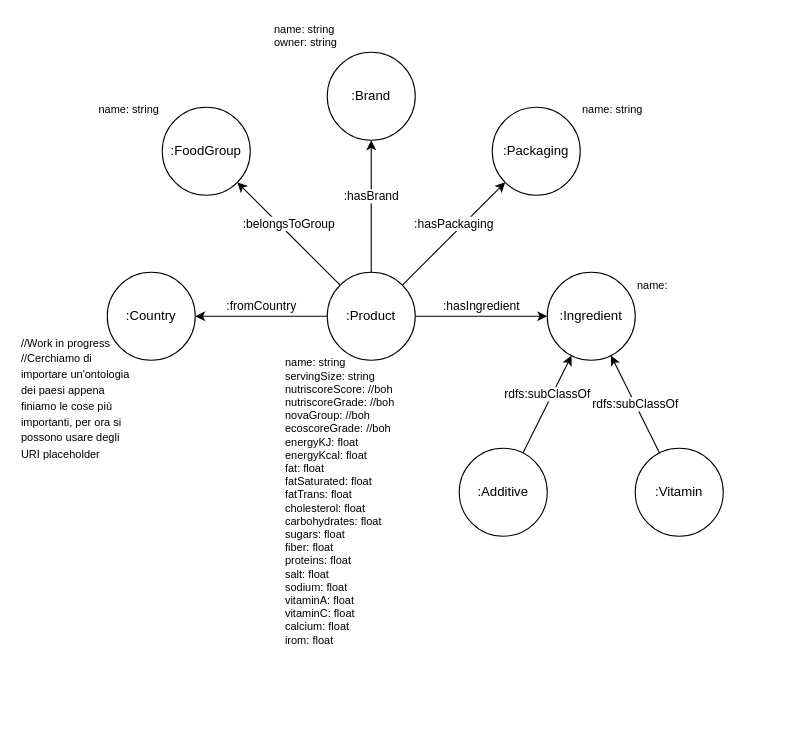
Earlier version of the draw.io diagram docs/GraphleOntology.drawio (GreedyJacques/graphle). Source tidied: cells renumbered, new cells numbered last; positions are measured from the earlier drawing's top-left corner, leaving out a move shared by most shapes. Both pictures are drawn from the tidied source at 110%, with x=0, y=0 at pixel (19, 19).
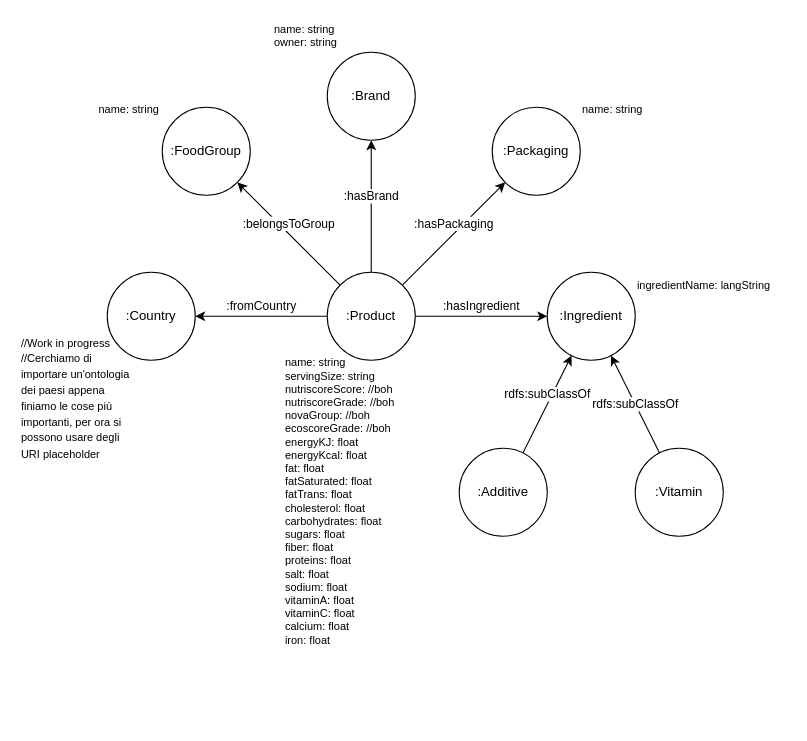
The same page after the edit.

Commit message (it also covers changes not shown here):
Added ontology and updated design

First version of Ontology implementation and some corrections to the design

Diff of the diagram source:
```diff
@@
-    <mxCell id="21" value="name:&amp;nbsp;" style="text;html=1;strokeColor=none;fillColor=none;align=left;verticalAlign=top;whiteSpace=wrap;rounded=0;fontSize=10;" parent="1" vertex="1">
-      <mxGeometry x="560" y="230" width="60" height="30" as="geometry" />
+    <mxCell id="21" value="ingredientName: langString" style="text;html=1;strokeColor=none;fillColor=none;align=left;verticalAlign=top;whiteSpace=wrap;rounded=0;fontSize=10;" parent="1" vertex="1">
+      <mxGeometry x="560" y="230" width="140" height="30" as="geometry" />
     </mxCell>
-    <mxCell id="22" value="name: string&lt;br&gt;servingSize: string&lt;br&gt;nutriscoreScore: //boh&lt;br&gt;nutriscoreGrade: //boh&lt;br&gt;novaGroup: //boh&lt;br&gt;ecoscoreGrade: //boh&lt;br&gt;energyKJ: float&lt;br&gt;energyKcal: float&lt;br&gt;fat: float&lt;br&gt;fatSaturated: float&lt;br&gt;fatTrans: float&lt;br&gt;cholesterol: float&lt;br&gt;carbohydrates: float&lt;br&gt;sugars: float&lt;br&gt;fiber: float&lt;br&gt;proteins: float&lt;br&gt;salt: float&lt;br&gt;sodium: float&lt;br&gt;vitaminA: float&lt;br&gt;vitaminC: float&lt;br&gt;calcium: float&lt;br&gt;irom: float" style="text;html=1;strokeColor=none;fillColor=none;align=left;verticalAlign=top;whiteSpace=wrap;rounded=0;fontSize=10;" parent="1" vertex="1">
+    <mxCell id="22" value="name: string&lt;br&gt;servingSize: string&lt;br&gt;nutriscoreScore: //boh&lt;br&gt;nutriscoreGrade: //boh&lt;br&gt;novaGroup: //boh&lt;br&gt;ecoscoreGrade: //boh&lt;br&gt;energyKJ: float&lt;br&gt;energyKcal: float&lt;br&gt;fat: float&lt;br&gt;fatSaturated: float&lt;br&gt;fatTrans: float&lt;br&gt;cholesterol: float&lt;br&gt;carbohydrates: float&lt;br&gt;sugars: float&lt;br&gt;fiber: float&lt;br&gt;proteins: float&lt;br&gt;salt: float&lt;br&gt;sodium: float&lt;br&gt;vitaminA: float&lt;br&gt;vitaminC: float&lt;br&gt;calcium: float&lt;br&gt;iron: float" style="text;html=1;strokeColor=none;fillColor=none;align=left;verticalAlign=top;whiteSpace=wrap;rounded=0;fontSize=10;" parent="1" vertex="1">
       <mxGeometry x="240" y="300" width="160" height="340" as="geometry" />
     </mxCell>
```
